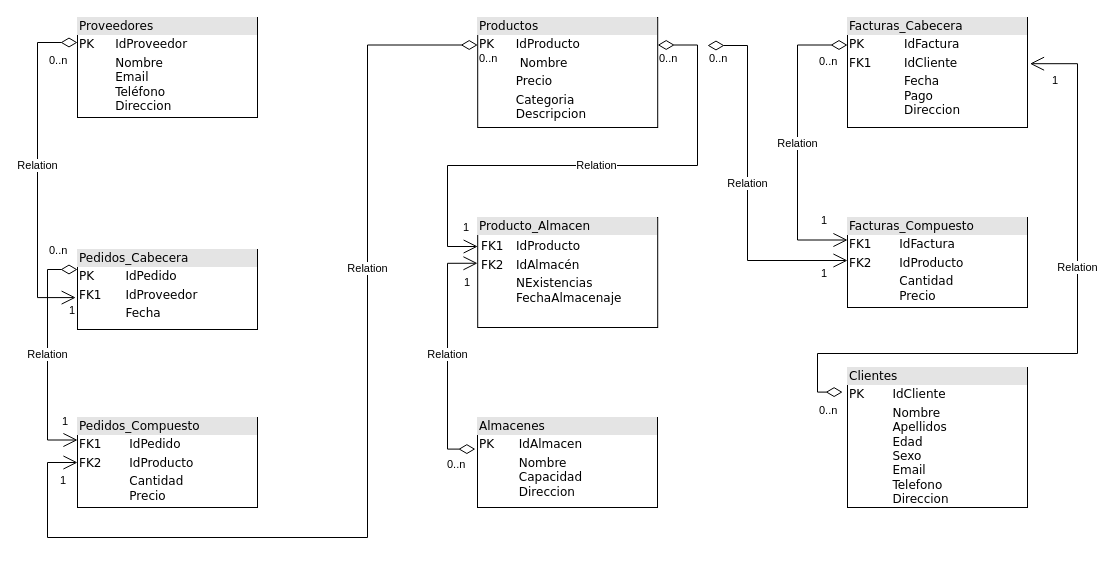
huertin03/ERP-HardSpot keeps this draw.io diagram as ModeloIdentidadRelacionUML.drawio. Above is the earlier version. Source tidied: cells renumbered, new cells numbered last; positions are measured from the earlier drawing's top-left corner, leaving out a move shared by most shapes. Both pictures are drawn from the tidied source at 100%, with x=0, y=0 at pixel (37, 17).
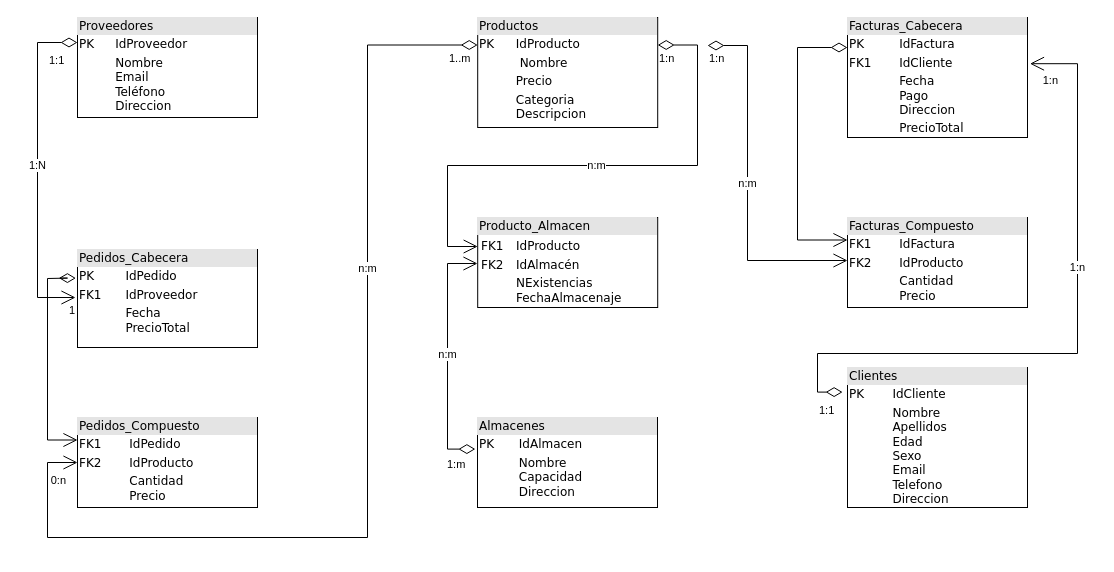
Above is the later version.

Unchanged cells that the change refers to:
```xml
<mxCell id="2" value="&lt;div style=&quot;box-sizing:border-box;width:100%;background:#e4e4e4;padding:2px;&quot;&gt;Proveedores&lt;/div&gt;&lt;table style=&quot;width:100%;font-size:1em;&quot; cellpadding=&quot;2&quot; cellspacing=&quot;0&quot;&gt;&lt;tbody&gt;&lt;tr&gt;&lt;td&gt;PK&lt;/td&gt;&lt;td&gt;IdProveedor&lt;/td&gt;&lt;/tr&gt;&lt;tr&gt;&lt;td&gt;&lt;br&gt;&lt;/td&gt;&lt;td&gt;Nombre&lt;br style=&quot;border-color: var(--border-color);&quot;&gt;Email&lt;br style=&quot;border-color: var(--border-color);&quot;&gt;Teléfono&lt;br style=&quot;border-color: var(--border-color);&quot;&gt;Direccion&lt;br&gt;&lt;/td&gt;&lt;/tr&gt;&lt;tr&gt;&lt;td&gt;&lt;/td&gt;&lt;td&gt;&lt;br&gt;&lt;br&gt;&lt;/td&gt;&lt;/tr&gt;&lt;/tbody&gt;&lt;/table&gt;" style="verticalAlign=top;align=left;overflow=fill;html=1;rounded=0;shadow=0;comic=0;labelBackgroundColor=none;strokeWidth=1;fontFamily=Verdana;fontSize=12;" parent="1" vertex="1">
  <mxGeometry x="40" width="180" height="100" as="geometry" />
</mxCell>
<mxCell id="5" value="&lt;div style=&quot;box-sizing: border-box ; width: 100% ; background: #e4e4e4 ; padding: 2px&quot;&gt;Productos&lt;/div&gt;&lt;table style=&quot;width: 100% ; font-size: 1em&quot; cellpadding=&quot;2&quot; cellspacing=&quot;0&quot;&gt;&lt;tbody&gt;&lt;tr&gt;&lt;td&gt;PK&lt;/td&gt;&lt;td&gt;IdProducto&lt;/td&gt;&lt;/tr&gt;&lt;tr&gt;&lt;td&gt;&lt;br&gt;&lt;/td&gt;&lt;td&gt;&amp;nbsp;Nombre&lt;/td&gt;&lt;/tr&gt;&lt;tr&gt;&lt;td&gt;&lt;/td&gt;&lt;td&gt;Precio&lt;/td&gt;&lt;/tr&gt;&lt;tr&gt;&lt;td&gt;&lt;br&gt;&lt;/td&gt;&lt;td&gt;Categoria&lt;br&gt;Descripcion&lt;/td&gt;&lt;/tr&gt;&lt;/tbody&gt;&lt;/table&gt;" style="verticalAlign=top;align=left;overflow=fill;html=1;rounded=0;shadow=0;comic=0;labelBackgroundColor=none;strokeWidth=1;fontFamily=Verdana;fontSize=12;" parent="1" vertex="1">
  <mxGeometry x="440.2" width="180" height="110" as="geometry" />
</mxCell>
<mxCell id="7" value="&lt;div style=&quot;box-sizing: border-box ; width: 100% ; background: #e4e4e4 ; padding: 2px&quot;&gt;Almacenes&lt;/div&gt;&lt;table style=&quot;width: 100% ; font-size: 1em&quot; cellpadding=&quot;2&quot; cellspacing=&quot;0&quot;&gt;&lt;tbody&gt;&lt;tr&gt;&lt;td&gt;PK&lt;/td&gt;&lt;td&gt;IdAlmacen&lt;/td&gt;&lt;/tr&gt;&lt;tr&gt;&lt;td&gt;&lt;br&gt;&lt;/td&gt;&lt;td&gt;Nombre&lt;br&gt;Capacidad&lt;br&gt;Direccion&lt;/td&gt;&lt;/tr&gt;&lt;tr&gt;&lt;td&gt;&lt;/td&gt;&lt;td&gt;&lt;br&gt;&lt;/td&gt;&lt;/tr&gt;&lt;/tbody&gt;&lt;/table&gt;" style="verticalAlign=top;align=left;overflow=fill;html=1;rounded=0;shadow=0;comic=0;labelBackgroundColor=none;strokeWidth=1;fontFamily=Verdana;fontSize=12;" parent="1" vertex="1">
  <mxGeometry x="440" y="400" width="180" height="90" as="geometry" />
</mxCell>
<mxCell id="12" value="&lt;div style=&quot;box-sizing:border-box;width:100%;background:#e4e4e4;padding:2px;&quot;&gt;Pedidos_Compuesto&lt;/div&gt;&lt;table style=&quot;width:100%;font-size:1em;&quot; cellpadding=&quot;2&quot; cellspacing=&quot;0&quot;&gt;&lt;tbody&gt;&lt;tr&gt;&lt;td&gt;FK1&lt;/td&gt;&lt;td&gt;IdPedido&lt;/td&gt;&lt;/tr&gt;&lt;tr&gt;&lt;td&gt;FK2&lt;/td&gt;&lt;td&gt;IdProducto&lt;/td&gt;&lt;/tr&gt;&lt;tr&gt;&lt;td&gt;&lt;/td&gt;&lt;td&gt;Cantidad&lt;br style=&quot;border-color: var(--border-color);&quot;&gt;Precio&lt;br&gt;&lt;br&gt;&lt;/td&gt;&lt;/tr&gt;&lt;/tbody&gt;&lt;/table&gt;" style="verticalAlign=top;align=left;overflow=fill;html=1;rounded=0;shadow=0;comic=0;labelBackgroundColor=none;strokeWidth=1;fontFamily=Verdana;fontSize=12;" parent="1" vertex="1">
  <mxGeometry x="40" y="400" width="180" height="90" as="geometry" />
</mxCell>
<mxCell id="25" value="&lt;div style=&quot;box-sizing: border-box ; width: 100% ; background: #e4e4e4 ; padding: 2px&quot;&gt;Facturas_Compuesto&lt;/div&gt;&lt;table style=&quot;width: 100% ; font-size: 1em&quot; cellpadding=&quot;2&quot; cellspacing=&quot;0&quot;&gt;&lt;tbody&gt;&lt;tr&gt;&lt;td&gt;FK1&lt;/td&gt;&lt;td&gt;IdFactura&lt;/td&gt;&lt;/tr&gt;&lt;tr&gt;&lt;td&gt;FK2&lt;/td&gt;&lt;td&gt;IdProducto&lt;/td&gt;&lt;/tr&gt;&lt;tr&gt;&lt;td&gt;&lt;/td&gt;&lt;td&gt;Cantidad&lt;br&gt;Precio&lt;br&gt;&lt;br&gt;&lt;/td&gt;&lt;/tr&gt;&lt;tr&gt;&lt;td&gt;&lt;/td&gt;&lt;td&gt;&lt;br&gt;&lt;/td&gt;&lt;/tr&gt;&lt;/tbody&gt;&lt;/table&gt;" style="verticalAlign=top;align=left;overflow=fill;html=1;rounded=0;shadow=0;comic=0;labelBackgroundColor=none;strokeWidth=1;fontFamily=Verdana;fontSize=12;" parent="1" vertex="1">
  <mxGeometry x="810" y="200" width="180" height="90" as="geometry" />
</mxCell>
```

Diff of the diagram source:
```diff
@@
-    <mxCell id="3" value="&lt;div style=&quot;box-sizing: border-box ; width: 100% ; background: #e4e4e4 ; padding: 2px&quot;&gt;Facturas_Cabecera&lt;/div&gt;&lt;table style=&quot;width: 100% ; font-size: 1em&quot; cellpadding=&quot;2&quot; cellspacing=&quot;0&quot;&gt;&lt;tbody&gt;&lt;tr&gt;&lt;td&gt;PK&lt;/td&gt;&lt;td&gt;IdFactura&lt;/td&gt;&lt;/tr&gt;&lt;tr&gt;&lt;td&gt;FK1&lt;/td&gt;&lt;td&gt;IdCliente&lt;/td&gt;&lt;/tr&gt;&lt;tr&gt;&lt;td&gt;&lt;/td&gt;&lt;td&gt;Fecha&lt;br&gt;Pago&lt;br&gt;Direccion&lt;/td&gt;&lt;/tr&gt;&lt;tr&gt;&lt;td&gt;&lt;/td&gt;&lt;td&gt;&lt;br&gt;&lt;/td&gt;&lt;/tr&gt;&lt;/tbody&gt;&lt;/table&gt;" style="verticalAlign=top;align=left;overflow=fill;html=1;rounded=0;shadow=0;comic=0;labelBackgroundColor=none;strokeWidth=1;fontFamily=Verdana;fontSize=12;" parent="1" vertex="1">
-      <mxGeometry x="810" width="180" height="110" as="geometry" />
+    <mxCell id="3" value="&lt;div style=&quot;box-sizing: border-box ; width: 100% ; background: #e4e4e4 ; padding: 2px&quot;&gt;Facturas_Cabecera&lt;/div&gt;&lt;table style=&quot;width: 100% ; font-size: 1em&quot; cellpadding=&quot;2&quot; cellspacing=&quot;0&quot;&gt;&lt;tbody&gt;&lt;tr&gt;&lt;td&gt;PK&lt;/td&gt;&lt;td&gt;IdFactura&lt;/td&gt;&lt;/tr&gt;&lt;tr&gt;&lt;td&gt;FK1&lt;/td&gt;&lt;td&gt;IdCliente&lt;/td&gt;&lt;/tr&gt;&lt;tr&gt;&lt;td&gt;&lt;/td&gt;&lt;td&gt;Fecha&lt;br&gt;Pago&lt;br&gt;Direccion&lt;/td&gt;&lt;/tr&gt;&lt;tr&gt;&lt;td&gt;&lt;/td&gt;&lt;td&gt;PrecioTotal&lt;/td&gt;&lt;/tr&gt;&lt;/tbody&gt;&lt;/table&gt;" style="verticalAlign=top;align=left;overflow=fill;html=1;rounded=0;shadow=0;comic=0;labelBackgroundColor=none;strokeWidth=1;fontFamily=Verdana;fontSize=12;" parent="1" vertex="1">
+      <mxGeometry x="810" width="180" height="120" as="geometry" />
     </mxCell>
     <mxCell id="4" value="&lt;div style=&quot;box-sizing: border-box ; width: 100% ; background: #e4e4e4 ; padding: 2px&quot;&gt;Producto_Almacen&lt;/div&gt;&lt;table style=&quot;width: 100% ; font-size: 1em&quot; cellpadding=&quot;2&quot; cellspacing=&quot;0&quot;&gt;&lt;tbody&gt;&lt;tr&gt;&lt;td&gt;&lt;table style=&quot;border-color: var(--border-color); font-size: 1em; width: 180px;&quot; cellpadding=&quot;2&quot; cellspacing=&quot;0&quot;&gt;&lt;tbody style=&quot;border-color: var(--border-color);&quot;&gt;&lt;tr style=&quot;border-color: var(--border-color);&quot;&gt;&lt;td style=&quot;border-color: var(--border-color);&quot;&gt;FK1&lt;/td&gt;&lt;td style=&quot;border-color: var(--border-color);&quot;&gt;IdProducto&lt;/td&gt;&lt;/tr&gt;&lt;tr style=&quot;border-color: var(--border-color);&quot;&gt;&lt;td style=&quot;border-color: var(--border-color);&quot;&gt;FK2&lt;/td&gt;&lt;td style=&quot;border-color: var(--border-color);&quot;&gt;IdAlmacén&lt;/td&gt;&lt;/tr&gt;&lt;tr style=&quot;border-color: var(--border-color);&quot;&gt;&lt;td style=&quot;border-color: var(--border-color);&quot;&gt;&lt;br style=&quot;border-color: var(--border-color);&quot;&gt;&lt;/td&gt;&lt;td style=&quot;border-color: var(--border-color);&quot;&gt;NExistencias&lt;br style=&quot;border-color: var(--border-color);&quot;&gt;FechaAlmacenaje&lt;/td&gt;&lt;/tr&gt;&lt;/tbody&gt;&lt;/table&gt;&lt;/td&gt;&lt;td&gt;&lt;br&gt;&lt;/td&gt;&lt;/tr&gt;&lt;tr&gt;&lt;td&gt;&lt;br&gt;&lt;/td&gt;&lt;td&gt;&lt;br&gt;&lt;/td&gt;&lt;/tr&gt;&lt;/tbody&gt;&lt;/table&gt;" style="verticalAlign=top;align=left;overflow=fill;html=1;rounded=0;shadow=0;comic=0;labelBackgroundColor=none;strokeWidth=1;fontFamily=Verdana;fontSize=12;" parent="1" vertex="1">
-      <mxGeometry x="440.2" y="200" width="180" height="110" as="geometry" />
+      <mxGeometry x="440.2" y="200" width="180" height="90" as="geometry" />
     </mxCell>
@@
-    <mxCell id="6" value="&lt;div style=&quot;box-sizing:border-box;width:100%;background:#e4e4e4;padding:2px;&quot;&gt;Pedidos_Cabecera&lt;/div&gt;&lt;table style=&quot;width:100%;font-size:1em;&quot; cellpadding=&quot;2&quot; cellspacing=&quot;0&quot;&gt;&lt;tbody&gt;&lt;tr&gt;&lt;td&gt;PK&lt;/td&gt;&lt;td&gt;IdPedido&lt;/td&gt;&lt;/tr&gt;&lt;tr&gt;&lt;td&gt;FK1&lt;/td&gt;&lt;td&gt;IdProveedor&lt;/td&gt;&lt;/tr&gt;&lt;tr&gt;&lt;td&gt;&lt;/td&gt;&lt;td&gt;Fecha&lt;br style=&quot;border-color: var(--border-color);&quot;&gt;&lt;br&gt;&lt;/td&gt;&lt;/tr&gt;&lt;/tbody&gt;&lt;/table&gt;" style="verticalAlign=top;align=left;overflow=fill;html=1;rounded=0;shadow=0;comic=0;labelBackgroundColor=none;strokeWidth=1;fontFamily=Verdana;fontSize=12;" parent="1" vertex="1">
-      <mxGeometry x="40" y="232" width="180" height="80" as="geometry" />
+    <mxCell id="6" value="&lt;div style=&quot;box-sizing:border-box;width:100%;background:#e4e4e4;padding:2px;&quot;&gt;Pedidos_Cabecera&lt;/div&gt;&lt;table style=&quot;width:100%;font-size:1em;&quot; cellpadding=&quot;2&quot; cellspacing=&quot;0&quot;&gt;&lt;tbody&gt;&lt;tr&gt;&lt;td&gt;PK&lt;/td&gt;&lt;td&gt;IdPedido&lt;/td&gt;&lt;/tr&gt;&lt;tr&gt;&lt;td&gt;FK1&lt;/td&gt;&lt;td&gt;IdProveedor&lt;/td&gt;&lt;/tr&gt;&lt;tr&gt;&lt;td&gt;&lt;/td&gt;&lt;td&gt;Fecha&lt;br style=&quot;border-color: var(--border-color);&quot;&gt;PrecioTotal&lt;/td&gt;&lt;/tr&gt;&lt;/tbody&gt;&lt;/table&gt;" style="verticalAlign=top;align=left;overflow=fill;html=1;rounded=0;shadow=0;comic=0;labelBackgroundColor=none;strokeWidth=1;fontFamily=Verdana;fontSize=12;" parent="1" vertex="1">
+      <mxGeometry x="40" y="232" width="180" height="98" as="geometry" />
     </mxCell>
@@
-    <mxCell id="9" value="Relation" style="endArrow=open;html=1;endSize=12;startArrow=diamondThin;startSize=14;startFill=0;edgeStyle=orthogonalEdgeStyle;rounded=0;exitX=1;exitY=0.25;exitDx=0;exitDy=0;" parent="1" edge="1" source="5" target="4">
+    <mxCell id="9" value="n:m" style="endArrow=open;html=1;endSize=12;startArrow=diamondThin;startSize=14;startFill=0;edgeStyle=orthogonalEdgeStyle;rounded=0;exitX=1;exitY=0.25;exitDx=0;exitDy=0;" parent="1" edge="1" source="5" target="4">
       <mxGeometry relative="1" as="geometry">
         <Array as="points">
           <mxPoint x="660" y="28" />
           <mxPoint x="660" y="148" />
           <mxPoint x="410" y="148" />
           <mxPoint x="410" y="229" />
         </Array>
       </mxGeometry>
     </mxCell>
-    <mxCell id="10" value="0..n" style="edgeLabel;html=1;align=left;verticalAlign=top;" parent="9" vertex="1">
+    <mxCell id="10" value="1:n" style="edgeLabel;html=1;align=left;verticalAlign=top;" parent="9" vertex="1">
       <mxGeometry x="-1" relative="1" as="geometry" />
     </mxCell>
-    <mxCell id="11" value="1" style="edgeLabel;html=1;align=right;verticalAlign=top;" parent="9" vertex="1">
-      <mxGeometry x="1" relative="1" as="geometry">
-        <mxPoint x="-9" y="-32" as="offset" />
-      </mxGeometry>
-    </mxCell>
@@
-    <mxCell id="13" value="Relation" style="endArrow=open;html=1;endSize=12;startArrow=diamondThin;startSize=14;startFill=0;edgeStyle=orthogonalEdgeStyle;rounded=0;exitX=0;exitY=0.25;exitDx=0;exitDy=0;entryX=0;entryY=0.5;entryDx=0;entryDy=0;" parent="1" edge="1" source="5" target="12">
+    <mxCell id="13" value="n:m" style="endArrow=open;html=1;endSize=12;startArrow=diamondThin;startSize=14;startFill=0;edgeStyle=orthogonalEdgeStyle;rounded=0;exitX=0;exitY=0.25;exitDx=0;exitDy=0;entryX=0;entryY=0.5;entryDx=0;entryDy=0;" parent="1" edge="1" source="5" target="12">
       <mxGeometry x="-0.35" relative="1" as="geometry">
         <Array as="points">
           <mxPoint x="330" y="28" />
           <mxPoint x="330" y="520" />
           <mxPoint x="10" y="520" />
           <mxPoint x="10" y="445" />
         </Array>
       </mxGeometry>
     </mxCell>
-    <mxCell id="14" value="0..n" style="edgeLabel;html=1;align=left;verticalAlign=top;" parent="13" vertex="1">
-      <mxGeometry x="-1" relative="1" as="geometry" />
+    <mxCell id="14" value="1..m" style="edgeLabel;html=1;align=left;verticalAlign=top;" parent="13" vertex="1">
+      <mxGeometry x="-1" relative="1" as="geometry">
+        <mxPoint x="-30" as="offset" />
+      </mxGeometry>
     </mxCell>
-    <mxCell id="15" value="1" style="edgeLabel;html=1;align=right;verticalAlign=top;" parent="13" vertex="1">
+    <mxCell id="15" value="0:n" style="edgeLabel;html=1;align=right;verticalAlign=top;" parent="13" vertex="1">
       <mxGeometry x="1" relative="1" as="geometry">
         <mxPoint x="-11" y="5" as="offset" />
       </mxGeometry>
     </mxCell>
-    <mxCell id="16" value="Relation" style="endArrow=open;html=1;endSize=12;startArrow=diamondThin;startSize=14;startFill=0;edgeStyle=orthogonalEdgeStyle;rounded=0;exitX=0;exitY=0.25;exitDx=0;exitDy=0;entryX=-0.01;entryY=0.601;entryDx=0;entryDy=0;entryPerimeter=0;" parent="1" edge="1" source="2" target="6">
+    <mxCell id="16" value="1:N" style="endArrow=open;html=1;endSize=12;startArrow=diamondThin;startSize=14;startFill=0;edgeStyle=orthogonalEdgeStyle;rounded=0;exitX=0;exitY=0.25;exitDx=0;exitDy=0;" parent="1" edge="1" source="2">
       <mxGeometry x="-0.02" relative="1" as="geometry">
+        <mxPoint x="38" y="280" as="targetPoint" />
         <Array as="points">
           <mxPoint y="25" />
           <mxPoint y="280" />
           <mxPoint x="38" y="280" />
         </Array>
       </mxGeometry>
     </mxCell>
-    <mxCell id="17" value="0..n" style="edgeLabel;html=1;align=left;verticalAlign=top;" parent="16" vertex="1">
+    <mxCell id="17" value="1:1" style="edgeLabel;html=1;align=left;verticalAlign=top;" parent="16" vertex="1">
       <mxGeometry x="-1" relative="1" as="geometry">
         <mxPoint x="-30" y="5" as="offset" />
       </mxGeometry>
     </mxCell>
@@
-    <mxCell id="19" value="Relation" style="endArrow=open;html=1;endSize=12;startArrow=diamondThin;startSize=14;startFill=0;edgeStyle=orthogonalEdgeStyle;rounded=0;exitX=0;exitY=0.25;exitDx=0;exitDy=0;entryX=0;entryY=0.25;entryDx=0;entryDy=0;" parent="1" edge="1" source="6" target="12">
-      <mxGeometry relative="1" as="geometry">
+    <mxCell id="19" style="endArrow=open;html=1;endSize=12;startArrow=diamondThin;startSize=14;startFill=0;edgeStyle=orthogonalEdgeStyle;rounded=0;exitX=-0.009;exitY=0.292;exitDx=0;exitDy=0;entryX=0;entryY=0.25;entryDx=0;entryDy=0;exitPerimeter=0;" parent="1" edge="1" source="6" target="12">
+      <mxGeometry x="0.07" y="20" relative="1" as="geometry">
         <Array as="points">
-          <mxPoint x="10" y="252" />
-          <mxPoint x="10" y="422" />
+          <mxPoint x="30" y="261" />
+          <mxPoint x="10" y="261" />
+          <mxPoint x="10" y="423" />
         </Array>
       </mxGeometry>
     </mxCell>
-    <mxCell id="20" value="0..n" style="edgeLabel;html=1;align=left;verticalAlign=top;" parent="19" vertex="1">
-      <mxGeometry x="-1" relative="1" as="geometry">
-        <mxPoint x="-30" y="-32" as="offset" />
-      </mxGeometry>
-    </mxCell>
-    <mxCell id="21" value="1" style="edgeLabel;html=1;align=right;verticalAlign=top;" parent="19" vertex="1">
-      <mxGeometry x="1" relative="1" as="geometry">
-        <mxPoint x="-10" y="-32" as="offset" />
-      </mxGeometry>
-    </mxCell>
-    <mxCell id="22" value="Relation" style="endArrow=open;html=1;endSize=12;startArrow=diamondThin;startSize=14;startFill=0;edgeStyle=orthogonalEdgeStyle;rounded=0;entryX=-0.001;entryY=0.416;entryDx=0;entryDy=0;entryPerimeter=0;exitX=-0.012;exitY=0.351;exitDx=0;exitDy=0;exitPerimeter=0;" parent="1" edge="1" source="7" target="4">
+    <mxCell id="22" value="n:m" style="endArrow=open;html=1;endSize=12;startArrow=diamondThin;startSize=14;startFill=0;edgeStyle=orthogonalEdgeStyle;rounded=0;exitX=-0.012;exitY=0.351;exitDx=0;exitDy=0;exitPerimeter=0;" parent="1" edge="1" source="7">
       <mxGeometry relative="1" as="geometry">
+        <mxPoint x="440" y="246" as="targetPoint" />
         <Array as="points">
           <mxPoint x="410" y="432" />
           <mxPoint x="410" y="246" />
+          <mxPoint x="440" y="246" />
         </Array>
       </mxGeometry>
     </mxCell>
-    <mxCell id="23" value="0..n" style="edgeLabel;html=1;align=left;verticalAlign=top;" parent="22" vertex="1">
+    <mxCell id="23" value="1:m" style="edgeLabel;html=1;align=left;verticalAlign=top;" parent="22" vertex="1">
       <mxGeometry x="-1" relative="1" as="geometry">
         <mxPoint x="-30" y="2" as="offset" />
       </mxGeometry>
     </mxCell>
-    <mxCell id="24" value="1" style="edgeLabel;html=1;align=right;verticalAlign=top;" parent="22" vertex="1">
-      <mxGeometry x="1" relative="1" as="geometry">
-        <mxPoint x="-7" y="6" as="offset" />
-      </mxGeometry>
-    </mxCell>
@@
-    <mxCell id="26" value="Relation" style="endArrow=open;html=1;endSize=12;startArrow=diamondThin;startSize=14;startFill=0;edgeStyle=orthogonalEdgeStyle;rounded=0;entryX=0;entryY=0.5;entryDx=0;entryDy=0;" parent="1" edge="1">
+    <mxCell id="26" value="n:m" style="endArrow=open;html=1;endSize=12;startArrow=diamondThin;startSize=14;startFill=0;edgeStyle=orthogonalEdgeStyle;rounded=0;entryX=0;entryY=0.5;entryDx=0;entryDy=0;" parent="1" edge="1">
       <mxGeometry relative="1" as="geometry">
         <mxPoint x="670" y="28" as="sourcePoint" />
         <mxPoint x="810" y="243" as="targetPoint" />
         <Array as="points">
           <mxPoint x="710" y="28" />
           <mxPoint x="710" y="243" />
         </Array>
       </mxGeometry>
     </mxCell>
-    <mxCell id="27" value="0..n" style="edgeLabel;html=1;align=left;verticalAlign=top;" parent="26" vertex="1">
+    <mxCell id="27" value="1:n" style="edgeLabel;html=1;align=left;verticalAlign=top;" parent="26" vertex="1">
       <mxGeometry x="-1" relative="1" as="geometry" />
     </mxCell>
-    <mxCell id="28" value="1" style="edgeLabel;html=1;align=right;verticalAlign=top;" parent="26" vertex="1">
-      <mxGeometry x="1" relative="1" as="geometry">
-        <mxPoint x="-20" as="offset" />
-      </mxGeometry>
-    </mxCell>
-    <mxCell id="29" value="Relation" style="endArrow=open;html=1;endSize=12;startArrow=diamondThin;startSize=14;startFill=0;edgeStyle=orthogonalEdgeStyle;rounded=0;exitX=0;exitY=0.25;exitDx=0;exitDy=0;entryX=0;entryY=0.25;entryDx=0;entryDy=0;" parent="1" edge="1" source="3" target="25">
+    <mxCell id="29" style="endArrow=open;html=1;endSize=12;startArrow=diamondThin;startSize=14;startFill=0;edgeStyle=orthogonalEdgeStyle;rounded=0;entryX=0;entryY=0.25;entryDx=0;entryDy=0;" parent="1" edge="1" target="25">
       <mxGeometry relative="1" as="geometry">
+        <mxPoint x="810" y="30" as="sourcePoint" />
         <Array as="points">
-          <mxPoint x="760" y="28" />
-          <mxPoint x="760" y="222" />
+          <mxPoint x="760" y="30" />
+          <mxPoint x="760" y="223" />
         </Array>
       </mxGeometry>
     </mxCell>
-    <mxCell id="30" value="0..n" style="edgeLabel;html=1;align=left;verticalAlign=top;" parent="29" vertex="1">
-      <mxGeometry x="-1" relative="1" as="geometry">
-        <mxPoint x="-30" y="3" as="offset" />
-      </mxGeometry>
-    </mxCell>
-    <mxCell id="31" value="1" style="edgeLabel;html=1;align=right;verticalAlign=top;" parent="29" vertex="1">
-      <mxGeometry x="1" relative="1" as="geometry">
-        <mxPoint x="-20" y="-32" as="offset" />
-      </mxGeometry>
-    </mxCell>
-    <mxCell id="32" value="Relation" style="endArrow=open;html=1;endSize=12;startArrow=diamondThin;startSize=14;startFill=0;edgeStyle=orthogonalEdgeStyle;rounded=0;exitX=-0.027;exitY=0.176;exitDx=0;exitDy=0;exitPerimeter=0;entryX=1.014;entryY=0.42;entryDx=0;entryDy=0;entryPerimeter=0;" parent="1" edge="1">
+    <mxCell id="32" value="1:n" style="endArrow=open;html=1;endSize=12;startArrow=diamondThin;startSize=14;startFill=0;edgeStyle=orthogonalEdgeStyle;rounded=0;exitX=-0.027;exitY=0.176;exitDx=0;exitDy=0;exitPerimeter=0;entryX=1.014;entryY=0.42;entryDx=0;entryDy=0;entryPerimeter=0;" parent="1" edge="1">
       <mxGeometry x="0.24" relative="1" as="geometry">
         <mxPoint x="805.1" y="374.6" as="sourcePoint" />
         <mxPoint x="992.5" y="46.2" as="targetPoint" />
         <Array as="points">
           <mxPoint x="780" y="375" />
           <mxPoint x="780" y="336" />
           <mxPoint x="1040" y="336" />
           <mxPoint x="1040" y="46" />
         </Array>
       </mxGeometry>
     </mxCell>
-    <mxCell id="33" value="0..n" style="edgeLabel;html=1;align=left;verticalAlign=top;" parent="32" vertex="1">
+    <mxCell id="33" value="1:1" style="edgeLabel;html=1;align=left;verticalAlign=top;" parent="32" vertex="1">
       <mxGeometry x="-1" relative="1" as="geometry">
         <mxPoint x="-25" y="5" as="offset" />
       </mxGeometry>
     </mxCell>
-    <mxCell id="34" value="1" style="edgeLabel;html=1;align=right;verticalAlign=top;" parent="32" vertex="1">
+    <mxCell id="34" value="1:n" style="edgeLabel;html=1;align=right;verticalAlign=top;" parent="32" vertex="1">
       <mxGeometry x="1" relative="1" as="geometry">
         <mxPoint x="28" y="4" as="offset" />
       </mxGeometry>
     </mxCell>
```
